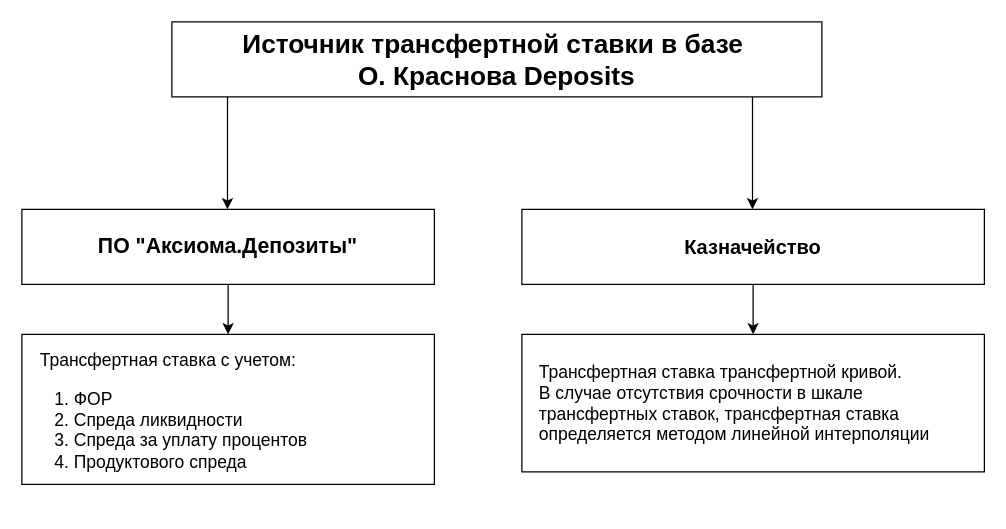
Above: page "ТР" (3 of 4) of Диаграмма без названия.drawio in NATALYAAAAAAAA/potter (draw.io), before the change. Source tidied: cells renumbered, new cells numbered last; positions are measured from the earlier drawing's top-left corner, leaving out a move shared by most shapes. Both pictures are drawn from the tidied source at 125%, with x=0, y=0 at pixel (21, 21).
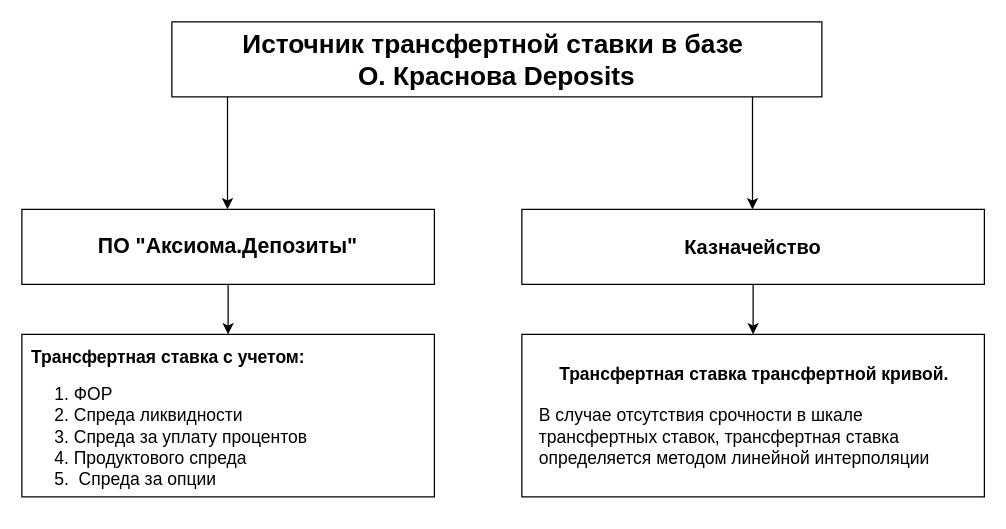
After the change.

Diff of the diagram source:
```diff
@@
 <mxGraphModel>
   <root>
     <mxCell id="0" />
     <mxCell id="1" parent="0" />
-    <mxCell id="2" value="&lt;div&gt;Трансфертная ставка трансфертной кривой.&lt;/div&gt;&lt;div&gt;В случае отсутствия срочности в шкале&amp;nbsp; &amp;nbsp; трансфертных ставок, трансфертная ставка&amp;nbsp; &amp;nbsp; определяется методом линейной интерполяции&lt;/div&gt;" style="whiteSpace=wrap;html=1;fontSize=14;align=left;spacingTop=0;spacing=14;" parent="1" vertex="1">
-      <mxGeometry x="400" y="250" width="370" height="110" as="geometry" />
+    <mxCell id="2" value="&lt;div style=&quot;text-align: center;&quot;&gt;&lt;b&gt;Трансфертная ставка трансфертной кривой.&lt;/b&gt;&lt;/div&gt;&lt;div&gt;&lt;br&gt;&lt;/div&gt;&lt;div&gt;В случае отсутствия срочности в шкале&amp;nbsp; &amp;nbsp; трансфертных ставок, трансфертная ставка&amp;nbsp; &amp;nbsp; определяется методом линейной интерполяции&lt;/div&gt;" style="whiteSpace=wrap;html=1;fontSize=14;align=left;spacingTop=0;spacing=14;" parent="1" vertex="1">
+      <mxGeometry x="400" y="250" width="370" height="130" as="geometry" />
     </mxCell>
     <mxCell id="3" style="edgeStyle=orthogonalEdgeStyle;rounded=0;jettySize=auto;html=1;entryX=0.5;entryY=0;entryDx=0;entryDy=0;" parent="1" edge="1" source="4" target="2">
       <mxGeometry relative="1" as="geometry" />
     </mxCell>
     <mxCell id="4" value="&lt;b&gt;&lt;font style=&quot;font-size: 16px;&quot;&gt;Казначейство&lt;/font&gt;&lt;/b&gt;" style="rounded=0;whiteSpace=wrap;html=1;fontSize=14;" parent="1" vertex="1">
       <mxGeometry x="400" y="150" width="370" height="60" as="geometry" />
     </mxCell>
     <mxCell id="5" style="edgeStyle=orthogonalEdgeStyle;rounded=0;jettySize=auto;html=1;entryX=0.5;entryY=0;entryDx=0;entryDy=0;" parent="1" edge="1" source="6" target="7">
       <mxGeometry relative="1" as="geometry" />
     </mxCell>
     <mxCell id="6" value="&lt;span style=&quot;&quot;&gt;&lt;b&gt;&lt;font style=&quot;font-size: 17px;&quot;&gt;ПО &quot;Аксиома.Депозиты&quot;&lt;/font&gt;&lt;/b&gt;&lt;/span&gt;" style="rounded=0;whiteSpace=wrap;html=1;fontSize=14;labelBackgroundColor=none;" parent="1" vertex="1">
       <mxGeometry y="150" width="330" height="60" as="geometry" />
     </mxCell>
-    <mxCell id="7" value="&lt;div style=&quot;text-align: center;&quot;&gt;&lt;span style=&quot;background-color: transparent; color: light-dark(rgb(0, 0, 0), rgb(255, 255, 255));&quot;&gt;&amp;nbsp;&lt;/span&gt;&lt;/div&gt;&lt;div style=&quot;text-align: center;&quot;&gt;&lt;span style=&quot;background-color: transparent; color: light-dark(rgb(0, 0, 0), rgb(255, 255, 255));&quot;&gt;Трансфертная ставка с учетом:&lt;/span&gt;&lt;/div&gt;&lt;div&gt;&lt;ol&gt;&lt;li style=&quot;&quot;&gt;ФОР&lt;/li&gt;&lt;li&gt;Спреда ликвидности&lt;/li&gt;&lt;li&gt;Спреда за уплату процентов&amp;nbsp;&lt;/li&gt;&lt;li&gt;Продуктового спреда&lt;/li&gt;&lt;/ol&gt;&lt;/div&gt;" style="rounded=0;whiteSpace=wrap;html=1;fontSize=14;align=left;" parent="1" vertex="1">
-      <mxGeometry y="250" width="330" height="120" as="geometry" />
+    <mxCell id="7" value="&lt;div style=&quot;text-align: center;&quot;&gt;&lt;span style=&quot;background-color: transparent; color: light-dark(rgb(0, 0, 0), rgb(255, 255, 255));&quot;&gt;&amp;nbsp;&lt;/span&gt;&lt;/div&gt;&lt;div style=&quot;text-align: center;&quot;&gt;&lt;span style=&quot;background-color: transparent; color: light-dark(rgb(0, 0, 0), rgb(255, 255, 255));&quot;&gt;&lt;b&gt;Трансфертная ставка с учетом:&lt;/b&gt;&lt;/span&gt;&lt;/div&gt;&lt;div&gt;&lt;ol&gt;&lt;li style=&quot;&quot;&gt;ФОР&lt;/li&gt;&lt;li&gt;Спреда ликвидности&lt;/li&gt;&lt;li&gt;Спреда за уплату процентов&amp;nbsp;&lt;/li&gt;&lt;li&gt;Продуктового спреда&lt;/li&gt;&lt;li&gt;&amp;nbsp;Спреда за опции&lt;/li&gt;&lt;/ol&gt;&lt;/div&gt;" style="rounded=0;whiteSpace=wrap;html=1;fontSize=14;align=left;" parent="1" vertex="1">
+      <mxGeometry y="250" width="330" height="130" as="geometry" />
     </mxCell>
     <mxCell id="8" style="endArrow=classic;html=1;rounded=0;" parent="1" edge="1">
       <mxGeometry relative="1" as="geometry">
         <mxPoint x="164.5" y="57" as="sourcePoint" />
         <mxPoint x="164.5" y="150" as="targetPoint" />
       </mxGeometry>
     </mxCell>
     <mxCell id="9" style="endArrow=classic;html=1;rounded=0;" parent="1" edge="1">
       <mxGeometry relative="1" as="geometry">
         <mxPoint x="584.5" y="57" as="sourcePoint" />
         <mxPoint x="584.5" y="150" as="targetPoint" />
       </mxGeometry>
     </mxCell>
     <mxCell id="10" value="&lt;b style=&quot;font-size: 21px;&quot;&gt;Источник трансфертной ставки в базе&amp;nbsp;&lt;/b&gt;&lt;div&gt;&lt;b style=&quot;font-size: 21px;&quot;&gt;О. Краснова Deposits&lt;/b&gt;&lt;/div&gt;" style="rounded=0;whiteSpace=wrap;html=1;" parent="1" vertex="1">
       <mxGeometry x="120" width="520" height="60" as="geometry" />
     </mxCell>
   </root>
 </mxGraphModel>
```
